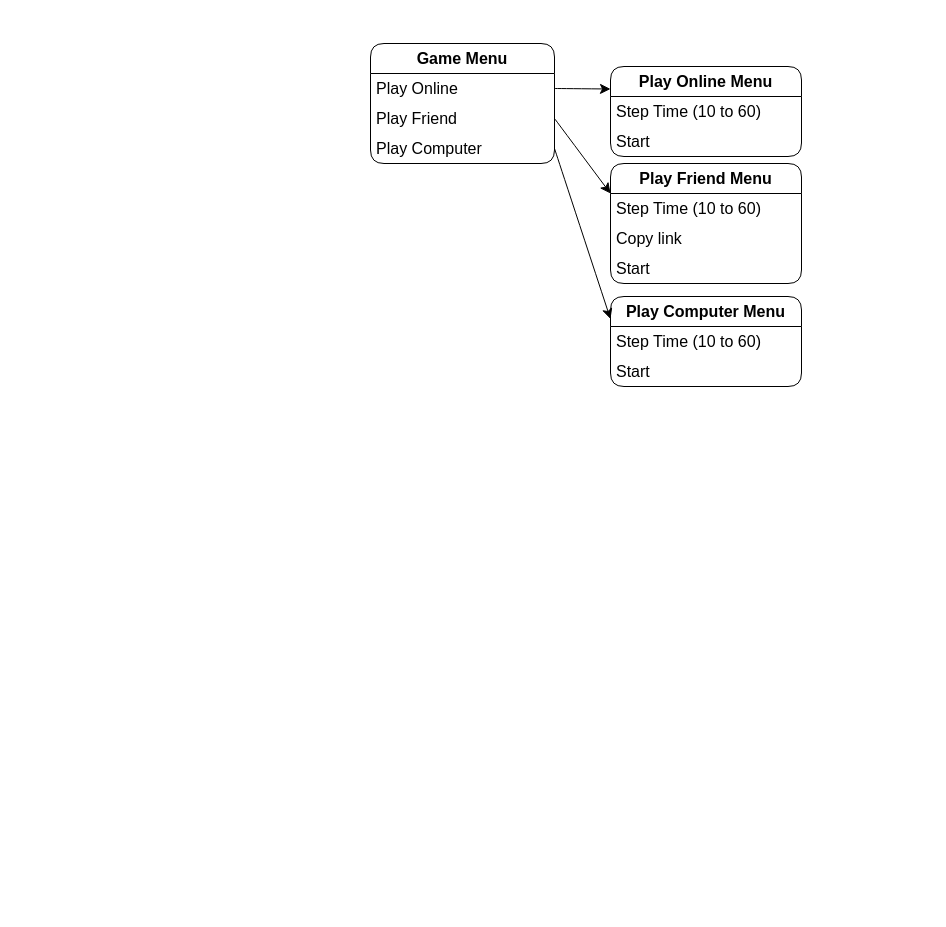
Earlier version of the draw.io diagram FoldersGambit.drawio (sonusario/Folders-Gambit). Source tidied: cells renumbered, new cells numbered last; positions are measured from the earlier drawing's top-left corner, leaving out a move shared by most shapes. Both pictures are drawn from the tidied source at 100%, with x=0, y=0 at pixel (370, 43).
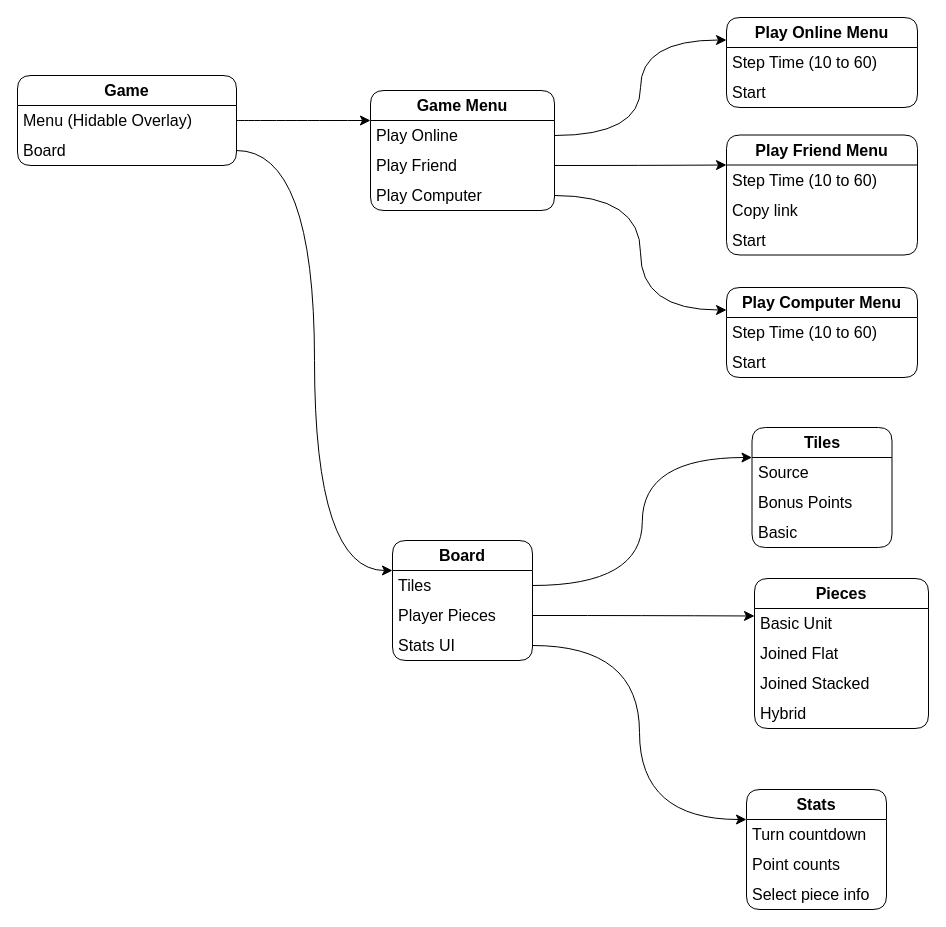
Above is the later version.

The change refers to these unchanged cells:
```xml
<mxCell id="3" value="Play Online" style="text;align=left;verticalAlign=middle;spacingLeft=4;spacingRight=4;overflow=hidden;points=[[0,0.5],[1,0.5]];portConstraint=eastwest;whiteSpace=wrap;html=1;fontSize=16;rounded=1;" parent="2" vertex="1">
  <mxGeometry y="30" width="184" height="30" as="geometry" />
</mxCell>
<mxCell id="4" value="Play Friend" style="text;strokeColor=none;fillColor=none;align=left;verticalAlign=middle;spacingLeft=4;spacingRight=4;overflow=hidden;points=[[0,0.5],[1,0.5]];portConstraint=eastwest;whiteSpace=wrap;html=1;fontSize=16;rounded=1;" parent="2" vertex="1">
  <mxGeometry y="60" width="184" height="30" as="geometry" />
</mxCell>
<mxCell id="5" value="Play Computer" style="text;strokeColor=none;fillColor=none;align=left;verticalAlign=middle;spacingLeft=4;spacingRight=4;overflow=hidden;points=[[0,0.5],[1,0.5]];portConstraint=eastwest;whiteSpace=wrap;html=1;fontSize=16;rounded=1;" parent="2" vertex="1">
  <mxGeometry y="90" width="184" height="30" as="geometry" />
</mxCell>
```

Change to the diagram source:
```diff
@@
     <mxCell id="2" value="&lt;b&gt;Game Menu&lt;/b&gt;" style="swimlane;fontStyle=0;horizontal=1;startSize=30;whiteSpace=wrap;html=1;fontSize=16;rounded=1;" parent="1" vertex="1">
-      <mxGeometry width="184" height="120" as="geometry" />
+      <mxGeometry y="47" width="184" height="120" as="geometry" />
     </mxCell>
@@
     <mxCell id="6" value="&lt;b&gt;Play Online Menu&lt;/b&gt;" style="swimlane;fontStyle=0;horizontal=1;startSize=30;whiteSpace=wrap;html=1;rounded=1;fontSize=16;fillColor=default;" parent="1" vertex="1">
-      <mxGeometry x="240" y="23" width="191" height="90" as="geometry" />
+      <mxGeometry x="356" y="-26" width="191" height="90" as="geometry" />
     </mxCell>
@@
-    <mxCell id="9" style="edgeStyle=none;curved=1;rounded=0;jettySize=auto;html=1;exitX=1;exitY=0.5;exitDx=0;exitDy=0;entryX=0;entryY=0.25;entryDx=0;entryDy=0;fontSize=12;startSize=8;endSize=8;" parent="1" edge="1" source="3" target="6">
+    <mxCell id="9" style="edgeStyle=orthogonalEdgeStyle;curved=1;rounded=0;jettySize=auto;html=1;exitX=1;exitY=0.5;exitDx=0;exitDy=0;entryX=0;entryY=0.25;entryDx=0;entryDy=0;fontSize=12;startSize=8;endSize=8;" parent="1" edge="1" source="3" target="6">
       <mxGeometry relative="1" as="geometry" />
     </mxCell>
     <mxCell id="10" value="&lt;b&gt;Play Friend Menu&lt;/b&gt;" style="swimlane;fontStyle=0;horizontal=1;startSize=30;whiteSpace=wrap;html=1;rounded=1;fontSize=16;fillColor=default;" parent="1" vertex="1">
-      <mxGeometry x="240" y="120" width="191" height="120" as="geometry" />
+      <mxGeometry x="356" y="91.5" width="191" height="120" as="geometry" />
     </mxCell>
@@
     <mxCell id="14" value="&lt;b&gt;Play Computer Menu&lt;/b&gt;" style="swimlane;fontStyle=0;horizontal=1;startSize=30;whiteSpace=wrap;html=1;rounded=1;fontSize=16;fillColor=default;" parent="1" vertex="1">
-      <mxGeometry x="240" y="253" width="191" height="90" as="geometry" />
+      <mxGeometry x="356" y="244" width="191" height="90" as="geometry" />
     </mxCell>
@@
-    <mxCell id="17" style="edgeStyle=none;curved=1;rounded=0;jettySize=auto;html=1;exitX=1;exitY=0.5;exitDx=0;exitDy=0;entryX=0;entryY=0.25;entryDx=0;entryDy=0;fontSize=12;startSize=8;endSize=8;" parent="1" edge="1" source="4" target="10">
+    <mxCell id="17" style="edgeStyle=orthogonalEdgeStyle;rounded=0;jettySize=auto;html=1;exitX=1;exitY=0.5;exitDx=0;exitDy=0;entryX=0;entryY=0.25;entryDx=0;entryDy=0;fontSize=12;startSize=8;endSize=8;curved=1;" parent="1" edge="1" source="4" target="10">
       <mxGeometry relative="1" as="geometry" />
     </mxCell>
-    <mxCell id="18" style="edgeStyle=none;curved=1;rounded=0;jettySize=auto;html=1;exitX=1;exitY=0.5;exitDx=0;exitDy=0;entryX=0;entryY=0.25;entryDx=0;entryDy=0;fontSize=12;startSize=8;endSize=8;" parent="1" edge="1" source="5" target="14">
+    <mxCell id="18" style="edgeStyle=orthogonalEdgeStyle;curved=1;rounded=0;jettySize=auto;html=1;exitX=1;exitY=0.5;exitDx=0;exitDy=0;entryX=0;entryY=0.25;entryDx=0;entryDy=0;fontSize=12;startSize=8;endSize=8;" parent="1" edge="1" source="5" target="14">
       <mxGeometry relative="1" as="geometry" />
     </mxCell>
+    <mxCell id="19" value="&lt;b&gt;Board&lt;/b&gt;" style="swimlane;fontStyle=0;horizontal=1;startSize=30;whiteSpace=wrap;html=1;fontSize=16;rounded=1;" parent="1" vertex="1">
+      <mxGeometry x="22" y="497" width="140" height="120" as="geometry" />
+    </mxCell>
+    <mxCell id="20" value="Tiles" style="text;strokeColor=none;fillColor=none;align=left;verticalAlign=middle;spacingLeft=4;spacingRight=4;overflow=hidden;points=[[0,0.5],[1,0.5]];portConstraint=eastwest;whiteSpace=wrap;html=1;fontSize=16;" parent="19" vertex="1">
+      <mxGeometry y="30" width="140" height="30" as="geometry" />
+    </mxCell>
+    <mxCell id="21" value="Player Pieces" style="text;strokeColor=none;fillColor=none;align=left;verticalAlign=middle;spacingLeft=4;spacingRight=4;overflow=hidden;points=[[0,0.5],[1,0.5]];portConstraint=eastwest;whiteSpace=wrap;html=1;fontSize=16;" parent="19" vertex="1">
+      <mxGeometry y="60" width="140" height="30" as="geometry" />
+    </mxCell>
+    <mxCell id="22" value="Stats UI" style="text;strokeColor=none;fillColor=none;align=left;verticalAlign=middle;spacingLeft=4;spacingRight=4;overflow=hidden;points=[[0,0.5],[1,0.5]];portConstraint=eastwest;whiteSpace=wrap;html=1;fontSize=16;" parent="19" vertex="1">
+      <mxGeometry y="90" width="140" height="30" as="geometry" />
+    </mxCell>
+    <mxCell id="23" value="&lt;b&gt;Game&lt;/b&gt;" style="swimlane;fontStyle=0;horizontal=1;startSize=30;whiteSpace=wrap;html=1;fontSize=16;rounded=1;" parent="1" vertex="1">
+      <mxGeometry x="-353" y="32" width="219" height="90" as="geometry" />
+    </mxCell>
+    <mxCell id="24" value="Menu (Hidable Overlay)" style="text;strokeColor=none;fillColor=none;align=left;verticalAlign=middle;spacingLeft=4;spacingRight=4;overflow=hidden;points=[[0,0.5],[1,0.5]];portConstraint=eastwest;whiteSpace=wrap;html=1;fontSize=16;" parent="23" vertex="1">
+      <mxGeometry y="30" width="219" height="30" as="geometry" />
+    </mxCell>
+    <mxCell id="25" value="Board" style="text;strokeColor=none;fillColor=none;align=left;verticalAlign=middle;spacingLeft=4;spacingRight=4;overflow=hidden;points=[[0,0.5],[1,0.5]];portConstraint=eastwest;whiteSpace=wrap;html=1;fontSize=16;" parent="23" vertex="1">
+      <mxGeometry y="60" width="219" height="30" as="geometry" />
+    </mxCell>
+    <mxCell id="26" style="edgeStyle=orthogonalEdgeStyle;curved=1;rounded=0;jettySize=auto;html=1;exitX=1;exitY=0.5;exitDx=0;exitDy=0;entryX=0;entryY=0.25;entryDx=0;entryDy=0;fontSize=12;startSize=8;endSize=8;" parent="1" edge="1" source="24" target="2">
+      <mxGeometry relative="1" as="geometry" />
+    </mxCell>
+    <mxCell id="27" style="edgeStyle=orthogonalEdgeStyle;curved=1;rounded=0;jettySize=auto;html=1;exitX=1;exitY=0.5;exitDx=0;exitDy=0;entryX=0;entryY=0.25;entryDx=0;entryDy=0;fontSize=12;startSize=8;endSize=8;" parent="1" edge="1" source="25" target="19">
+      <mxGeometry relative="1" as="geometry" />
+    </mxCell>
+    <mxCell id="28" value="&lt;b&gt;Tiles&lt;/b&gt;" style="swimlane;fontStyle=0;horizontal=1;startSize=30;whiteSpace=wrap;html=1;fontSize=16;rounded=1;" parent="1" vertex="1">
+      <mxGeometry x="381.5" y="384" width="140" height="120" as="geometry" />
+    </mxCell>
+    <mxCell id="29" value="Source" style="text;strokeColor=none;fillColor=none;align=left;verticalAlign=middle;spacingLeft=4;spacingRight=4;overflow=hidden;whiteSpace=wrap;html=1;fontSize=16;" parent="28" vertex="1">
+      <mxGeometry y="30" width="140" height="30" as="geometry" />
+    </mxCell>
+    <mxCell id="30" value="Bonus Points" style="text;strokeColor=none;fillColor=none;align=left;verticalAlign=middle;spacingLeft=4;spacingRight=4;overflow=hidden;whiteSpace=wrap;html=1;fontSize=16;" parent="28" vertex="1">
+      <mxGeometry y="60" width="140" height="30" as="geometry" />
+    </mxCell>
+    <mxCell id="31" value="Basic" style="text;strokeColor=none;fillColor=none;align=left;verticalAlign=middle;spacingLeft=4;spacingRight=4;overflow=hidden;whiteSpace=wrap;html=1;fontSize=16;" parent="28" vertex="1">
+      <mxGeometry y="90" width="140" height="30" as="geometry" />
+    </mxCell>
+    <mxCell id="32" style="edgeStyle=orthogonalEdgeStyle;curved=1;rounded=0;jettySize=auto;html=1;exitX=1;exitY=0.5;exitDx=0;exitDy=0;entryX=0;entryY=0.25;entryDx=0;entryDy=0;fontSize=12;startSize=8;endSize=8;" parent="1" edge="1" source="20" target="28">
+      <mxGeometry relative="1" as="geometry" />
+    </mxCell>
+    <mxCell id="33" value="&lt;b&gt;Pieces&lt;/b&gt;" style="swimlane;fontStyle=0;horizontal=1;startSize=30;whiteSpace=wrap;html=1;fontSize=16;rounded=1;" parent="1" vertex="1">
+      <mxGeometry x="384" y="535" width="174" height="150" as="geometry" />
+    </mxCell>
+    <mxCell id="34" value="Basic Unit" style="text;strokeColor=none;fillColor=none;align=left;verticalAlign=middle;spacingLeft=4;spacingRight=4;overflow=hidden;whiteSpace=wrap;html=1;fontSize=16;" parent="33" vertex="1">
+      <mxGeometry y="30" width="174" height="30" as="geometry" />
+    </mxCell>
+    <mxCell id="35" value="Joined Flat" style="text;strokeColor=none;fillColor=none;align=left;verticalAlign=middle;spacingLeft=4;spacingRight=4;overflow=hidden;whiteSpace=wrap;html=1;fontSize=16;" parent="33" vertex="1">
+      <mxGeometry y="60" width="174" height="30" as="geometry" />
+    </mxCell>
+    <mxCell id="36" value="Joined Stacked" style="text;strokeColor=none;fillColor=none;align=left;verticalAlign=middle;spacingLeft=4;spacingRight=4;overflow=hidden;whiteSpace=wrap;html=1;fontSize=16;" parent="33" vertex="1">
+      <mxGeometry y="90" width="174" height="30" as="geometry" />
+    </mxCell>
+    <mxCell id="37" value="Hybrid" style="text;strokeColor=none;fillColor=none;align=left;verticalAlign=middle;spacingLeft=4;spacingRight=4;overflow=hidden;whiteSpace=wrap;html=1;fontSize=16;" parent="33" vertex="1">
+      <mxGeometry y="120" width="174" height="30" as="geometry" />
+    </mxCell>
+    <mxCell id="38" style="edgeStyle=orthogonalEdgeStyle;curved=1;rounded=0;jettySize=auto;html=1;exitX=1;exitY=0.5;exitDx=0;exitDy=0;entryX=0;entryY=0.25;entryDx=0;entryDy=0;fontSize=12;startSize=8;endSize=8;" parent="1" edge="1" source="21" target="33">
+      <mxGeometry relative="1" as="geometry" />
+    </mxCell>
+    <mxCell id="39" value="&lt;b&gt;Stats&lt;/b&gt;" style="swimlane;fontStyle=0;horizontal=1;startSize=30;whiteSpace=wrap;html=1;fontSize=16;rounded=1;" parent="1" vertex="1">
+      <mxGeometry x="376" y="746" width="140" height="120" as="geometry" />
+    </mxCell>
+    <mxCell id="40" value="Turn countdown" style="text;strokeColor=none;fillColor=none;align=left;verticalAlign=middle;spacingLeft=4;spacingRight=4;overflow=hidden;whiteSpace=wrap;html=1;fontSize=16;" parent="39" vertex="1">
+      <mxGeometry y="30" width="140" height="30" as="geometry" />
+    </mxCell>
+    <mxCell id="41" value="Point counts" style="text;strokeColor=none;fillColor=none;align=left;verticalAlign=middle;spacingLeft=4;spacingRight=4;overflow=hidden;whiteSpace=wrap;html=1;fontSize=16;" parent="39" vertex="1">
+      <mxGeometry y="60" width="140" height="30" as="geometry" />
+    </mxCell>
+    <mxCell id="42" value="Select piece info" style="text;strokeColor=none;fillColor=none;align=left;verticalAlign=middle;spacingLeft=4;spacingRight=4;overflow=hidden;whiteSpace=wrap;html=1;fontSize=16;" parent="39" vertex="1">
+      <mxGeometry y="90" width="140" height="30" as="geometry" />
+    </mxCell>
+    <mxCell id="43" style="edgeStyle=orthogonalEdgeStyle;curved=1;rounded=0;jettySize=auto;html=1;exitX=1;exitY=0.5;exitDx=0;exitDy=0;entryX=0;entryY=0.25;entryDx=0;entryDy=0;fontSize=12;startSize=8;endSize=8;" parent="1" edge="1" source="22" target="39">
+      <mxGeometry relative="1" as="geometry" />
+    </mxCell>
```
